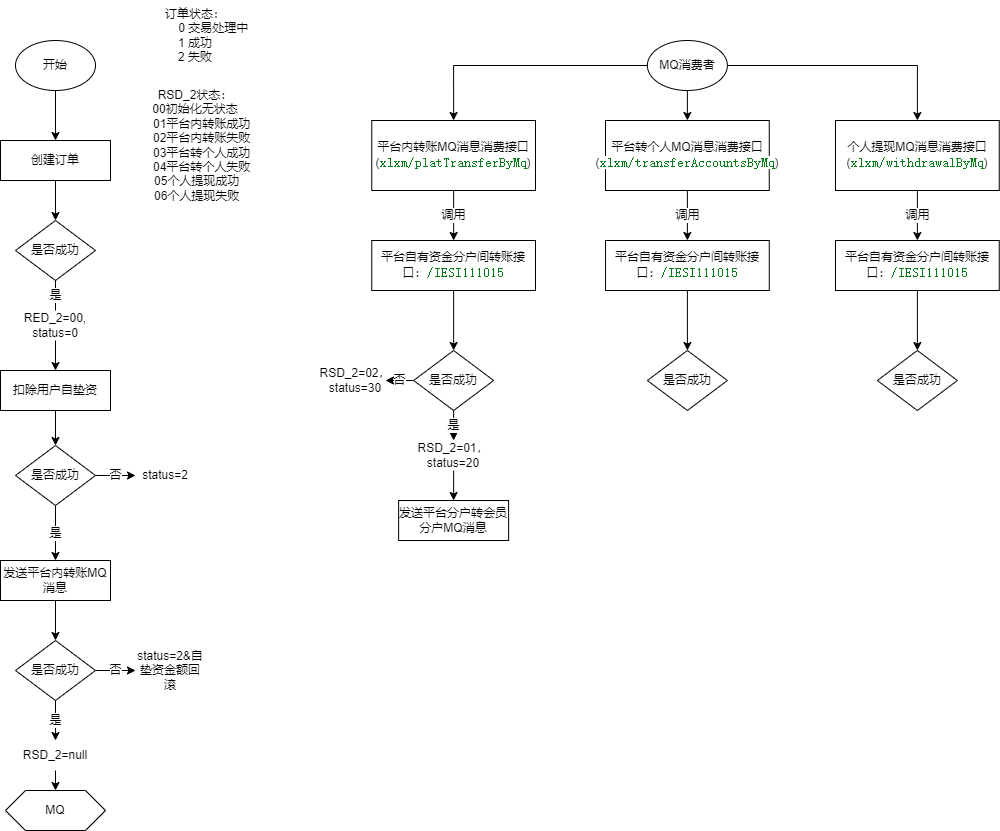
This is 厦门国际代付订单状态流转.drawio.png from songyibo2019/mydiagrams, a draw.io export, as it was before one commit. Source tidied: cells renumbered, new cells last; positions are measured from the earlier drawing's top-left corner, leaving out a move shared by most shapes.
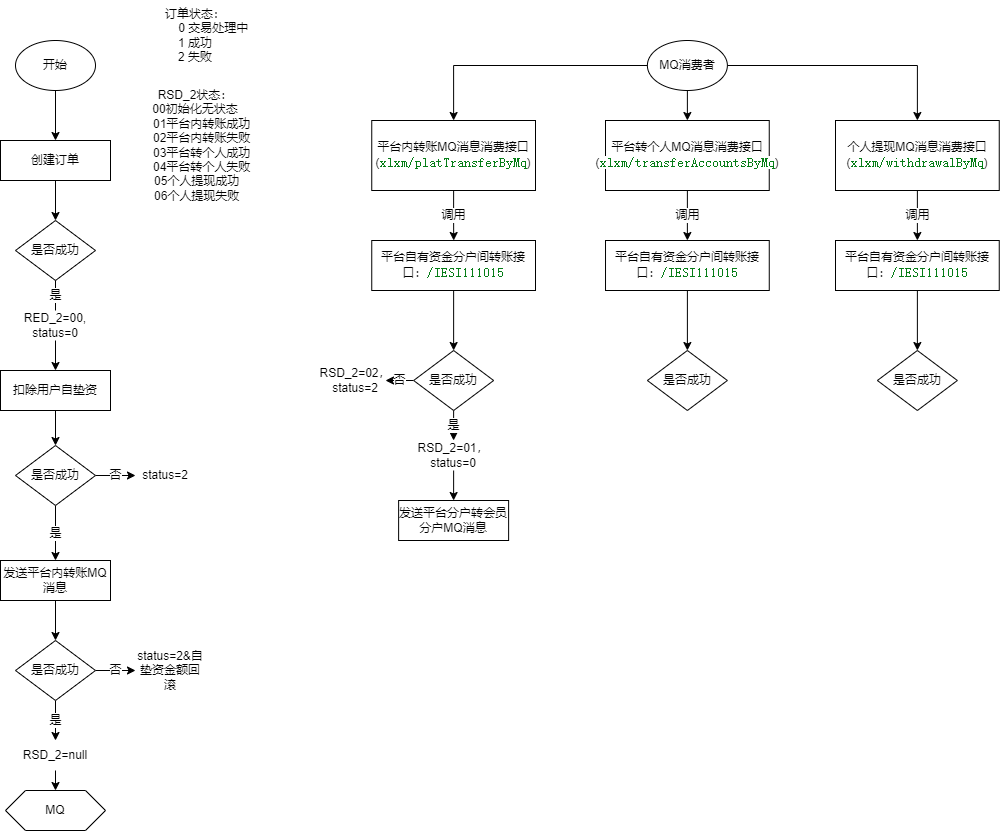
The same file after the commit.

Commit message:
Update 厦门国际代付订单状态流转.drawio.png

Change to the diagram source:
```diff
@@ -104,13 +104,13 @@
     <mxCell id="35" value="发送平台分户转会员分户MQ消息" style="rounded=0;whiteSpace=wrap;html=1;" parent="1" vertex="1">
       <mxGeometry x="398.1" y="500" width="110" height="40" as="geometry" />
     </mxCell>
-    <mxCell id="36" value="RSD_2=02，&lt;br&gt;status=30" style="text;html=1;strokeColor=none;fillColor=none;align=center;verticalAlign=middle;whiteSpace=wrap;rounded=0;" parent="1" vertex="1">
+    <mxCell id="36" value="RSD_2=02，&lt;br&gt;status=2" style="text;html=1;strokeColor=none;fillColor=none;align=center;verticalAlign=middle;whiteSpace=wrap;rounded=0;" parent="1" vertex="1">
       <mxGeometry x="325" y="365" width="60" height="30" as="geometry" />
     </mxCell>
     <mxCell id="37" style="edgeStyle=orthogonalEdgeStyle;rounded=0;jettySize=auto;html=1;exitX=0.5;exitY=1;exitDx=0;exitDy=0;entryX=0.5;entryY=0;entryDx=0;entryDy=0;" parent="1" edge="1" source="38" target="35">
       <mxGeometry relative="1" as="geometry" />
     </mxCell>
-    <mxCell id="38" value="RSD_2=01，&lt;br&gt;status=20" style="text;html=1;strokeColor=none;fillColor=none;align=center;verticalAlign=middle;whiteSpace=wrap;rounded=0;" parent="1" vertex="1">
+    <mxCell id="38" value="RSD_2=01，&lt;br&gt;status=0" style="text;html=1;strokeColor=none;fillColor=none;align=center;verticalAlign=middle;whiteSpace=wrap;rounded=0;" parent="1" vertex="1">
       <mxGeometry x="423.1" y="440" width="60" height="30" as="geometry" />
     </mxCell>
     <mxCell id="39" value="调用" style="edgeStyle=orthogonalEdgeStyle;rounded=0;jettySize=auto;html=1;exitX=0.5;exitY=1;exitDx=0;exitDy=0;entryX=0.5;entryY=0;entryDx=0;entryDy=0;" parent="1" edge="1" source="40" target="44">
```
